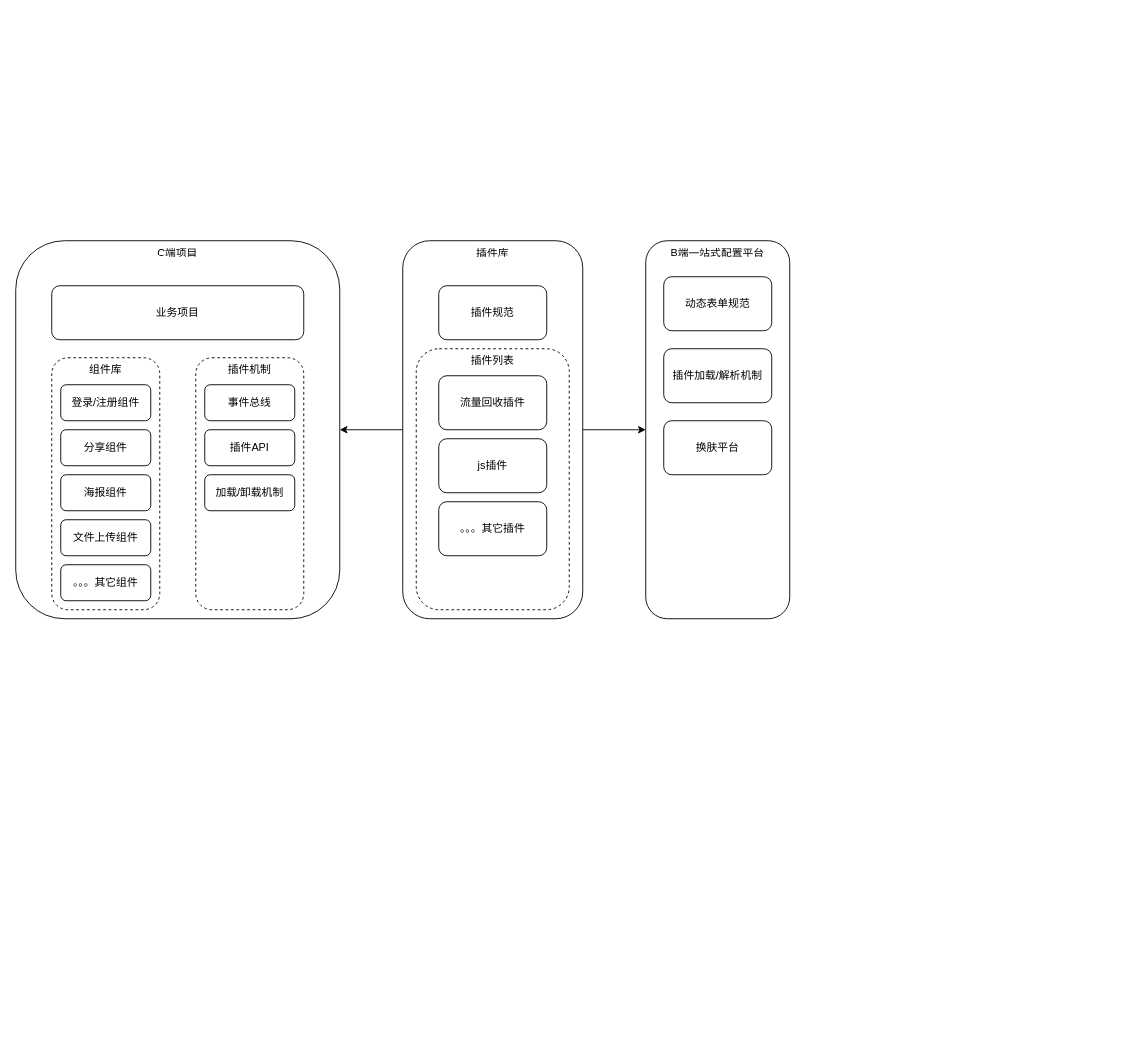
The draw.io diagram fe plugin.drawio in nicejacket/uml, before the edit. Source tidied: cells renumbered, new cells numbered last; positions are measured from the earlier drawing's top-left corner, leaving out a move shared by most shapes. Both pictures are drawn from the tidied source at 90%, with x=0, y=0 at pixel (15, 240).
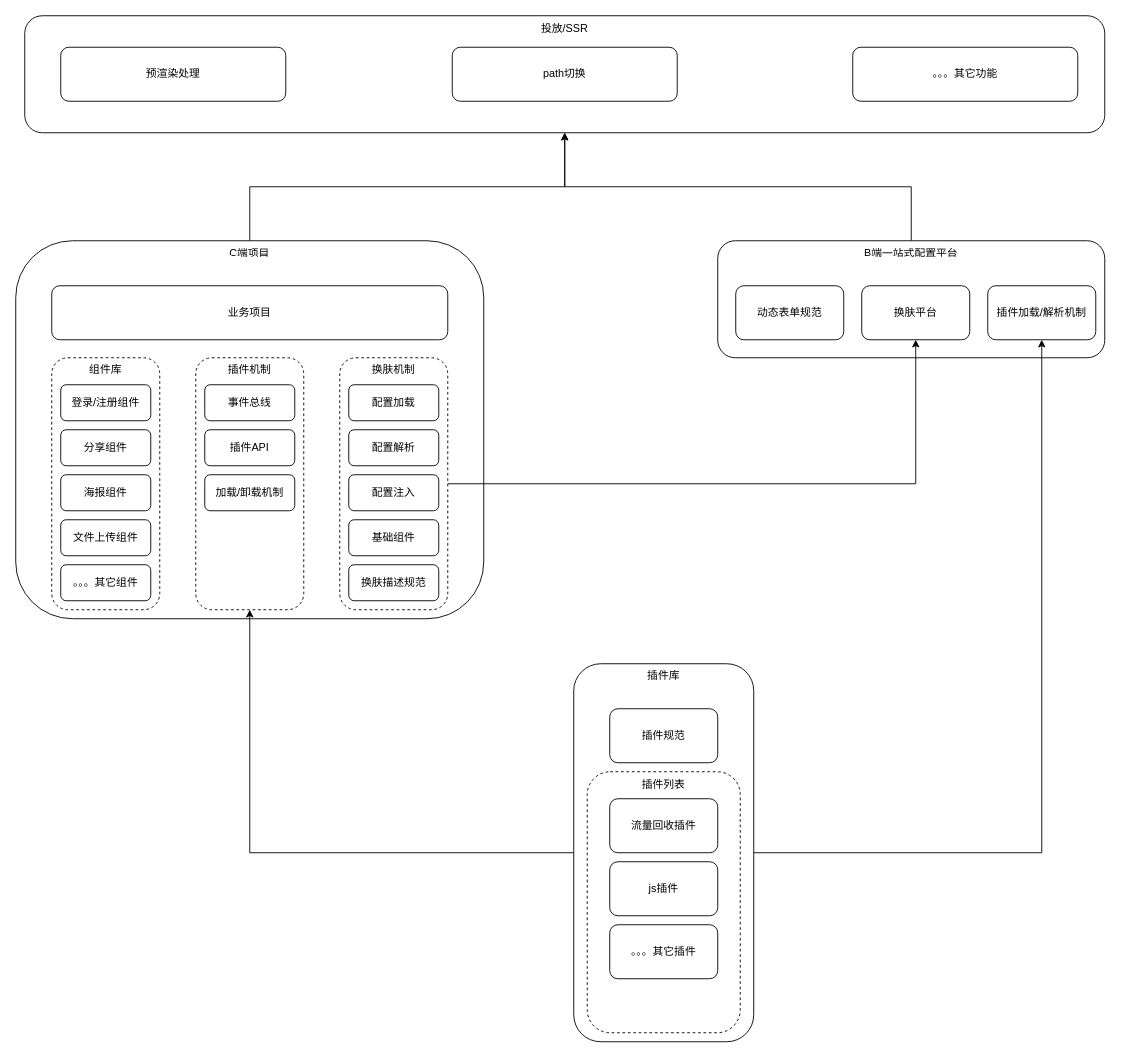
After the change.

The change refers to these unchanged cells:
```xml
<mxCell id="10" value="插件机制" style="rounded=1;whiteSpace=wrap;html=1;dashed=1;verticalAlign=top;" parent="1" vertex="1">
  <mxGeometry x="200" y="130" width="120" height="280" as="geometry" />
</mxCell>
```

The edit, as a diff of the source:
```diff
@@
+    <mxCell id="26" style="edgeStyle=orthogonalEdgeStyle;rounded=0;jettySize=auto;html=1;entryX=0.5;entryY=1;entryDx=0;entryDy=0;" parent="1" edge="1" source="2" target="38">
+      <mxGeometry relative="1" as="geometry" />
+    </mxCell>
     <mxCell id="2" value="C端项目" style="rounded=1;whiteSpace=wrap;html=1;verticalAlign=top;" parent="1" vertex="1">
-      <mxGeometry width="360" height="420" as="geometry" />
+      <mxGeometry width="520" height="420" as="geometry" />
     </mxCell>
     <mxCell id="3" value="业务项目" style="rounded=1;whiteSpace=wrap;html=1;" parent="1" vertex="1">
-      <mxGeometry x="40" y="50" width="280" height="60" as="geometry" />
+      <mxGeometry x="40" y="50" width="440" height="60" as="geometry" />
     </mxCell>
@@
-    <mxCell id="14" style="edgeStyle=orthogonalEdgeStyle;rounded=0;jettySize=auto;html=1;exitX=0;exitY=0.5;exitDx=0;exitDy=0;entryX=1;entryY=0.5;entryDx=0;entryDy=0;" parent="1" edge="1" source="16" target="2">
-      <mxGeometry relative="1" as="geometry" />
-    </mxCell>
-    <mxCell id="15" style="edgeStyle=orthogonalEdgeStyle;rounded=0;jettySize=auto;html=1;entryX=0;entryY=0.5;entryDx=0;entryDy=0;" parent="1" edge="1" source="16" target="17">
-      <mxGeometry relative="1" as="geometry" />
-    </mxCell>
+    <mxCell id="27" style="edgeStyle=orthogonalEdgeStyle;rounded=0;jettySize=auto;html=1;exitX=0;exitY=0.5;exitDx=0;exitDy=0;entryX=0.5;entryY=1;entryDx=0;entryDy=0;" parent="1" edge="1" source="16" target="10">
+      <mxGeometry relative="1" as="geometry" />
+    </mxCell>
     <mxCell id="16" value="插件库" style="rounded=1;whiteSpace=wrap;html=1;verticalAlign=top;" parent="1" vertex="1">
-      <mxGeometry x="430" width="200" height="420" as="geometry" />
+      <mxGeometry x="620" y="470" width="200" height="420" as="geometry" />
     </mxCell>
+    <mxCell id="28" style="edgeStyle=orthogonalEdgeStyle;rounded=0;jettySize=auto;html=1;entryX=0.5;entryY=1;entryDx=0;entryDy=0;" parent="1" edge="1" source="17" target="38">
+      <mxGeometry relative="1" as="geometry" />
+    </mxCell>
     <mxCell id="17" value="B端一站式配置平台" style="rounded=1;whiteSpace=wrap;html=1;verticalAlign=top;" parent="1" vertex="1">
-      <mxGeometry x="700" width="160" height="420" as="geometry" />
+      <mxGeometry x="780" width="430" height="130" as="geometry" />
     </mxCell>
     <mxCell id="18" value="插件规范" style="rounded=1;whiteSpace=wrap;html=1;" parent="1" vertex="1">
-      <mxGeometry x="470" y="50" width="120" height="60" as="geometry" />
+      <mxGeometry x="660" y="520" width="120" height="60" as="geometry" />
     </mxCell>
     <mxCell id="19" value="插件列表" style="rounded=1;whiteSpace=wrap;html=1;dashed=1;verticalAlign=top;" parent="1" vertex="1">
-      <mxGeometry x="445" y="120" width="170" height="290" as="geometry" />
+      <mxGeometry x="635" y="590" width="170" height="290" as="geometry" />
     </mxCell>
     <mxCell id="20" value="流量回收插件" style="rounded=1;whiteSpace=wrap;html=1;" parent="1" vertex="1">
-      <mxGeometry x="470" y="150" width="120" height="60" as="geometry" />
+      <mxGeometry x="660" y="620" width="120" height="60" as="geometry" />
     </mxCell>
     <mxCell id="21" value="js插件" style="rounded=1;whiteSpace=wrap;html=1;" parent="1" vertex="1">
-      <mxGeometry x="470" y="220" width="120" height="60" as="geometry" />
+      <mxGeometry x="660" y="690" width="120" height="60" as="geometry" />
     </mxCell>
     <mxCell id="22" value="。。。其它插件" style="rounded=1;whiteSpace=wrap;html=1;" parent="1" vertex="1">
-      <mxGeometry x="470" y="290" width="120" height="60" as="geometry" />
+      <mxGeometry x="660" y="760" width="120" height="60" as="geometry" />
     </mxCell>
     <mxCell id="23" value="动态表单规范" style="rounded=1;whiteSpace=wrap;html=1;" parent="1" vertex="1">
-      <mxGeometry x="720" y="40" width="120" height="60" as="geometry" />
+      <mxGeometry x="800" y="50" width="120" height="60" as="geometry" />
     </mxCell>
     <mxCell id="24" value="换肤平台" style="rounded=1;whiteSpace=wrap;html=1;" parent="1" vertex="1">
-      <mxGeometry x="720" y="200" width="120" height="60" as="geometry" />
+      <mxGeometry x="940" y="50" width="120" height="60" as="geometry" />
     </mxCell>
     <mxCell id="25" value="插件加载/解析机制" style="rounded=1;whiteSpace=wrap;html=1;" parent="1" vertex="1">
-      <mxGeometry x="720" y="120" width="120" height="60" as="geometry" />
+      <mxGeometry x="1080" y="50" width="120" height="60" as="geometry" />
     </mxCell>
+    <mxCell id="29" style="edgeStyle=orthogonalEdgeStyle;rounded=0;jettySize=auto;html=1;exitX=1;exitY=0.5;exitDx=0;exitDy=0;" parent="1" edge="1" source="30" target="24">
+      <mxGeometry relative="1" as="geometry" />
+    </mxCell>
+    <mxCell id="30" value="换肤机制" style="rounded=1;whiteSpace=wrap;html=1;dashed=1;verticalAlign=top;" parent="1" vertex="1">
+      <mxGeometry x="360" y="130" width="120" height="280" as="geometry" />
+    </mxCell>
+    <mxCell id="31" value="配置加载" style="rounded=1;whiteSpace=wrap;html=1;" parent="1" vertex="1">
+      <mxGeometry x="370" y="160" width="100" height="40" as="geometry" />
+    </mxCell>
+    <mxCell id="32" value="配置解析" style="rounded=1;whiteSpace=wrap;html=1;" parent="1" vertex="1">
+      <mxGeometry x="370" y="210" width="100" height="40" as="geometry" />
+    </mxCell>
+    <mxCell id="33" value="配置注入" style="rounded=1;whiteSpace=wrap;html=1;" parent="1" vertex="1">
+      <mxGeometry x="370" y="260" width="100" height="40" as="geometry" />
+    </mxCell>
+    <mxCell id="34" value="基础组件" style="rounded=1;whiteSpace=wrap;html=1;" parent="1" vertex="1">
+      <mxGeometry x="370" y="310" width="100" height="40" as="geometry" />
+    </mxCell>
+    <mxCell id="35" value="换肤描述规范" style="rounded=1;whiteSpace=wrap;html=1;" parent="1" vertex="1">
+      <mxGeometry x="370" y="360" width="100" height="40" as="geometry" />
+    </mxCell>
+    <mxCell id="36" style="edgeStyle=orthogonalEdgeStyle;rounded=0;orthogonalLoop=1;jettySize=auto;html=1;exitX=0.5;exitY=1;exitDx=0;exitDy=0;" parent="1" edge="1" source="17" target="17">
+      <mxGeometry relative="1" as="geometry" />
+    </mxCell>
+    <mxCell id="37" style="edgeStyle=orthogonalEdgeStyle;rounded=0;jettySize=auto;html=1;exitX=1;exitY=0.5;exitDx=0;exitDy=0;entryX=0.5;entryY=1;entryDx=0;entryDy=0;" parent="1" edge="1" source="16" target="25">
+      <mxGeometry relative="1" as="geometry" />
+    </mxCell>
+    <mxCell id="38" value="投放/SSR" style="rounded=1;whiteSpace=wrap;html=1;verticalAlign=top;" parent="1" vertex="1">
+      <mxGeometry x="10" y="-250" width="1200" height="130" as="geometry" />
+    </mxCell>
+    <mxCell id="39" value="预渲染处理" style="rounded=1;whiteSpace=wrap;html=1;" parent="1" vertex="1">
+      <mxGeometry x="50" y="-215" width="250" height="60" as="geometry" />
+    </mxCell>
+    <mxCell id="40" value="path切换" style="rounded=1;whiteSpace=wrap;html=1;" parent="1" vertex="1">
+      <mxGeometry x="485" y="-215" width="250" height="60" as="geometry" />
+    </mxCell>
+    <mxCell id="41" value="。。。其它功能" style="rounded=1;whiteSpace=wrap;html=1;" parent="1" vertex="1">
+      <mxGeometry x="930" y="-215" width="250" height="60" as="geometry" />
+    </mxCell>
```
